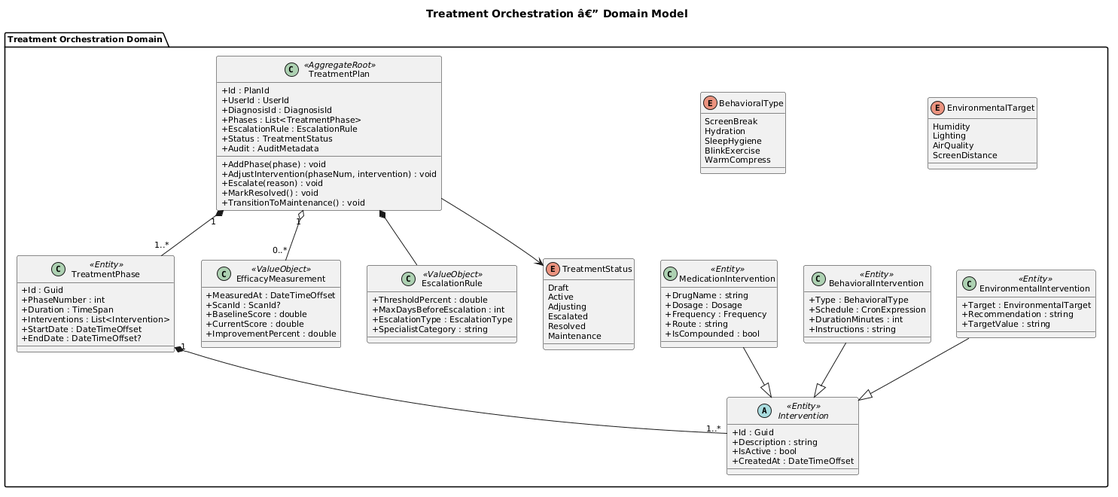
The PlantUML diagram docs/detailed-design/07-treatment-orchestration/class-domain-model.png in QuinntyneBrown/ClearEyeQ, before a commit. The source it was exported from:
```plantuml
@startuml
title Treatment Orchestration â€” Domain Model

skinparam classAttributeIconSize 0
skinparam defaultFontSize 11

package "Treatment Orchestration Domain" {

    class TreatmentPlan <<AggregateRoot>> {
        +Id : PlanId
        +UserId : UserId
        +DiagnosisId : DiagnosisId
        +Phases : List<TreatmentPhase>
        +EscalationRule : EscalationRule
        +Status : TreatmentStatus
        +Audit : AuditMetadata
        +AddPhase(phase) : void
        +AdjustIntervention(phaseNum, intervention) : void
        +Escalate(reason) : void
        +MarkResolved() : void
        +TransitionToMaintenance() : void
    }

    class TreatmentPhase <<Entity>> {
        +Id : Guid
        +PhaseNumber : int
        +Duration : TimeSpan
        +Interventions : List<Intervention>
        +StartDate : DateTimeOffset
        +EndDate : DateTimeOffset?
    }

    abstract class Intervention <<Entity>> {
        +Id : Guid
        +Description : string
        +IsActive : bool
        +CreatedAt : DateTimeOffset
    }

    class MedicationIntervention <<Entity>> {
        +DrugName : string
        +Dosage : Dosage
        +Frequency : Frequency
        +Route : string
        +IsCompounded : bool
    }

    class BehavioralIntervention <<Entity>> {
        +Type : BehavioralType
        +Schedule : CronExpression
        +DurationMinutes : int
        +Instructions : string
    }

    class EnvironmentalIntervention <<Entity>> {
        +Target : EnvironmentalTarget
        +Recommendation : string
        +TargetValue : string
    }

    class EfficacyMeasurement <<ValueObject>> {
        +MeasuredAt : DateTimeOffset
        +ScanId : ScanId?
        +BaselineScore : double
        +CurrentScore : double
        +ImprovementPercent : double
    }

    class EscalationRule <<ValueObject>> {
        +ThresholdPercent : double
        +MaxDaysBeforeEscalation : int
        +EscalationType : EscalationType
        +SpecialistCategory : string
    }

    enum TreatmentStatus {
        Draft
        Active
        Adjusting
        Escalated
        Resolved
        Maintenance
    }

    enum BehavioralType {
        ScreenBreak
        Hydration
        SleepHygiene
        BlinkExercise
        WarmCompress
    }

    enum EnvironmentalTarget {
        Humidity
        Lighting
        AirQuality
        ScreenDistance
    }
}

TreatmentPlan "1" *-- "1..*" TreatmentPhase
TreatmentPlan *-- EscalationRule
TreatmentPlan --> TreatmentStatus

TreatmentPhase "1" *-- "1..*" Intervention

MedicationIntervention --|> Intervention
BehavioralIntervention --|> Intervention
EnvironmentalIntervention --|> Intervention

TreatmentPlan "1" o-- "0..*" EfficacyMeasurement
@enduml
```
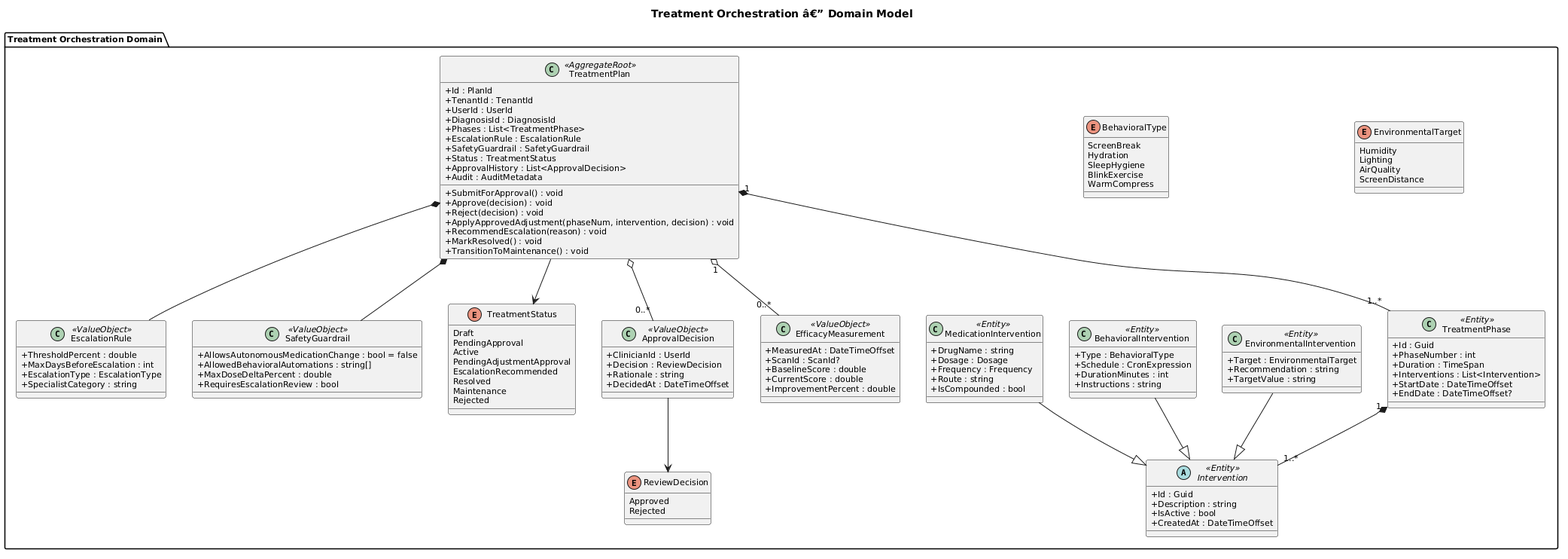
After the change.

What changed in the source:
```diff
@@ -8,15 +8,20 @@
 
     class TreatmentPlan <<AggregateRoot>> {
         +Id : PlanId
+        +TenantId : TenantId
         +UserId : UserId
         +DiagnosisId : DiagnosisId
         +Phases : List<TreatmentPhase>
         +EscalationRule : EscalationRule
+        +SafetyGuardrail : SafetyGuardrail
         +Status : TreatmentStatus
+        +ApprovalHistory : List<ApprovalDecision>
         +Audit : AuditMetadata
-        +AddPhase(phase) : void
-        +AdjustIntervention(phaseNum, intervention) : void
-        +Escalate(reason) : void
+        +SubmitForApproval() : void
+        +Approve(decision) : void
+        +Reject(decision) : void
+        +ApplyApprovedAdjustment(phaseNum, intervention, decision) : void
+        +RecommendEscalation(reason) : void
         +MarkResolved() : void
         +TransitionToMaintenance() : void
     }
@@ -66,6 +71,13 @@
         +ImprovementPercent : double
     }
 
+    class ApprovalDecision <<ValueObject>> {
+        +ClinicianId : UserId
+        +Decision : ReviewDecision
+        +Rationale : string
+        +DecidedAt : DateTimeOffset
+    }
+
     class EscalationRule <<ValueObject>> {
         +ThresholdPercent : double
         +MaxDaysBeforeEscalation : int
@@ -73,13 +85,27 @@
         +SpecialistCategory : string
     }
 
+    class SafetyGuardrail <<ValueObject>> {
+        +AllowsAutonomousMedicationChange : bool = false
+        +AllowedBehavioralAutomations : string[]
+        +MaxDoseDeltaPercent : double
+        +RequiresEscalationReview : bool
+    }
+
     enum TreatmentStatus {
         Draft
+        PendingApproval
         Active
-        Adjusting
-        Escalated
+        PendingAdjustmentApproval
+        EscalationRecommended
         Resolved
         Maintenance
+        Rejected
+    }
+
+    enum ReviewDecision {
+        Approved
+        Rejected
     }
 
     enum BehavioralType {
@@ -100,7 +126,9 @@
 
 TreatmentPlan "1" *-- "1..*" TreatmentPhase
 TreatmentPlan *-- EscalationRule
+TreatmentPlan *-- SafetyGuardrail
 TreatmentPlan --> TreatmentStatus
+TreatmentPlan o-- "0..*" ApprovalDecision
 
 TreatmentPhase "1" *-- "1..*" Intervention
 
@@ -109,4 +137,5 @@
 EnvironmentalIntervention --|> Intervention
 
 TreatmentPlan "1" o-- "0..*" EfficacyMeasurement
+ApprovalDecision --> ReviewDecision
 @enduml
```
